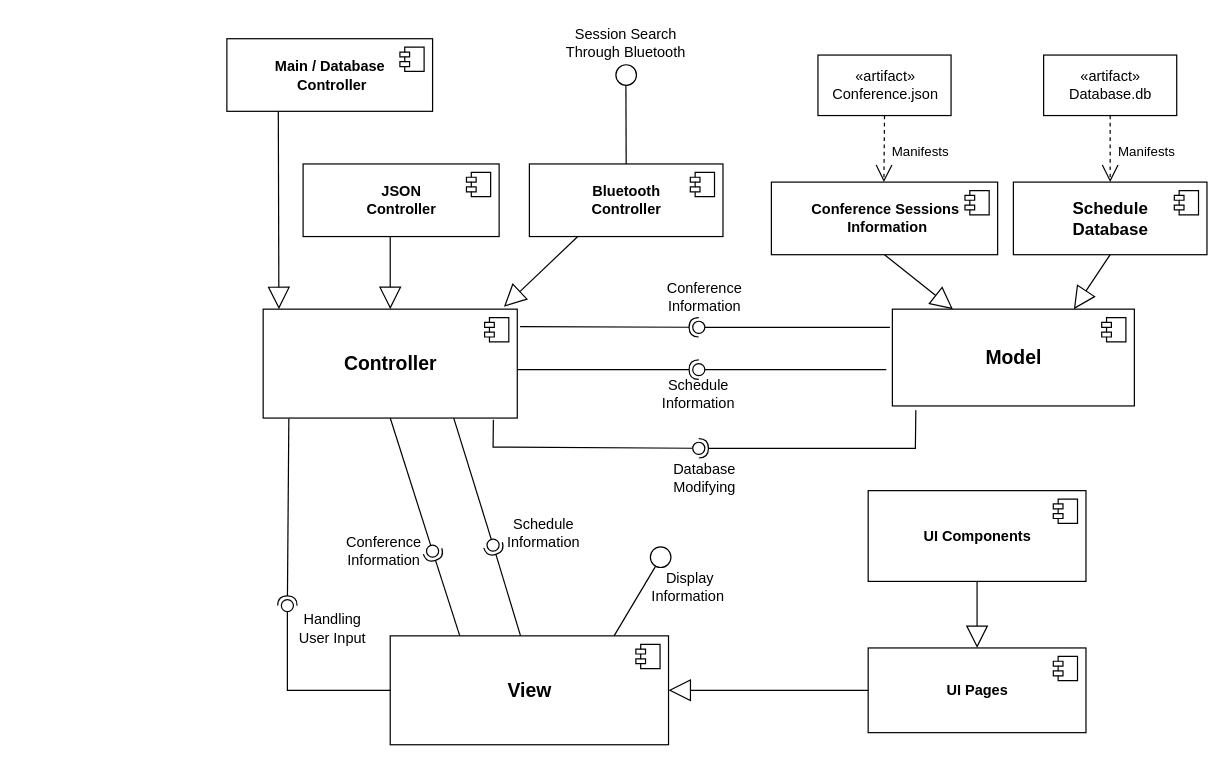
The draw.io diagram docs/ComponentDiagram.drawio in softeng-feup/open-cx-mr-simba, before the edit. Source tidied: cells renumbered, new cells numbered last; positions are measured from the earlier drawing's top-left corner, leaving out a move shared by most shapes. Both pictures are drawn from the tidied source at 121%, with x=0, y=0 at pixel (226, 30).
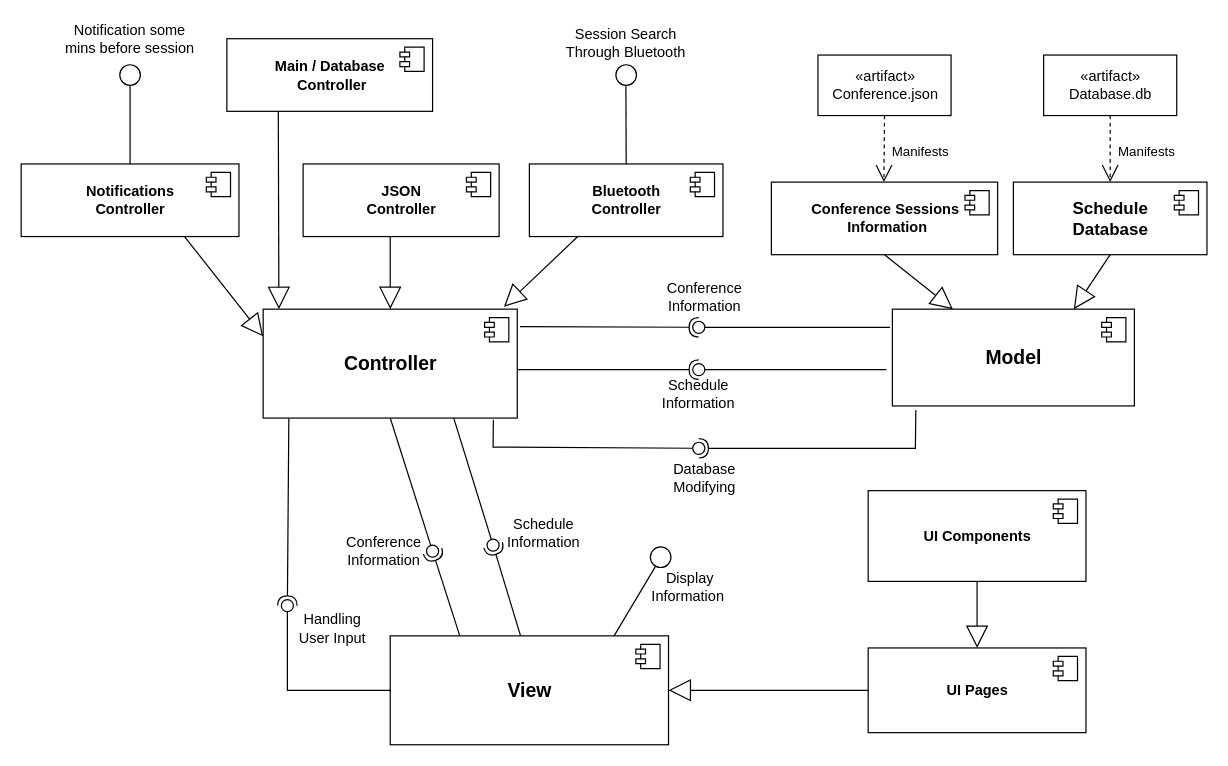
The same page after the edit.

Unchanged cells that the change refers to:
```xml
<mxCell id="2" value="&lt;b&gt;&lt;font style=&quot;font-size: 16px&quot;&gt;Controller&lt;/font&gt;&lt;/b&gt;" style="html=1;" parent="1" vertex="1">
  <mxGeometry x="30" y="230" width="210" height="90" as="geometry" />
</mxCell>
```

The edit, as a diff of the source:
```diff
@@
+    <mxCell id="63" style="endArrow=block;endSize=16;endFill=0;html=1;entryX=0;entryY=0.25;entryDx=0;entryDy=0;exitX=0.75;exitY=1;exitDx=0;exitDy=0;" parent="1" edge="1" source="64" target="2">
+      <mxGeometry relative="1" as="geometry" />
+    </mxCell>
+    <mxCell id="64" value="&lt;b&gt;Notifications&lt;br&gt;Controller&lt;br&gt;&lt;/b&gt;" style="html=1;" parent="1" vertex="1">
+      <mxGeometry x="-170" y="110" width="180" height="60" as="geometry" />
+    </mxCell>
+    <mxCell id="65" style="shape=component;jettyWidth=8;jettyHeight=4;" parent="64" vertex="1">
+      <mxGeometry x="1" width="20" height="20" relative="1" as="geometry">
+        <mxPoint x="-27" y="7" as="offset" />
+      </mxGeometry>
+    </mxCell>
+    <mxCell id="66" style="rounded=0;jettySize=auto;html=1;endArrow=none;endFill=0;exitX=0.5;exitY=0;exitDx=0;exitDy=0;" parent="1" edge="1" source="64">
+      <mxGeometry relative="1" as="geometry">
+        <mxPoint x="-80" y="40" as="targetPoint" />
+        <Array as="points">
+          <mxPoint x="-80" y="70" />
+        </Array>
+      </mxGeometry>
+    </mxCell>
+    <mxCell id="67" style="ellipse;whiteSpace=wrap;html=1;fontFamily=Helvetica;fontSize=12;fontColor=#000000;align=center;strokeColor=#000000;fillColor=#ffffff;" parent="1" vertex="1">
+      <mxGeometry x="-88.5" y="28" width="17" height="17" as="geometry" />
+    </mxCell>
+    <mxCell id="68" value="Notification some mins before session" style="text;html=1;strokeColor=none;fillColor=none;align=center;verticalAlign=middle;whiteSpace=wrap;rounded=0;" parent="1" vertex="1">
+      <mxGeometry x="-135" y="-3.5" width="110" height="20" as="geometry" />
+    </mxCell>
```
